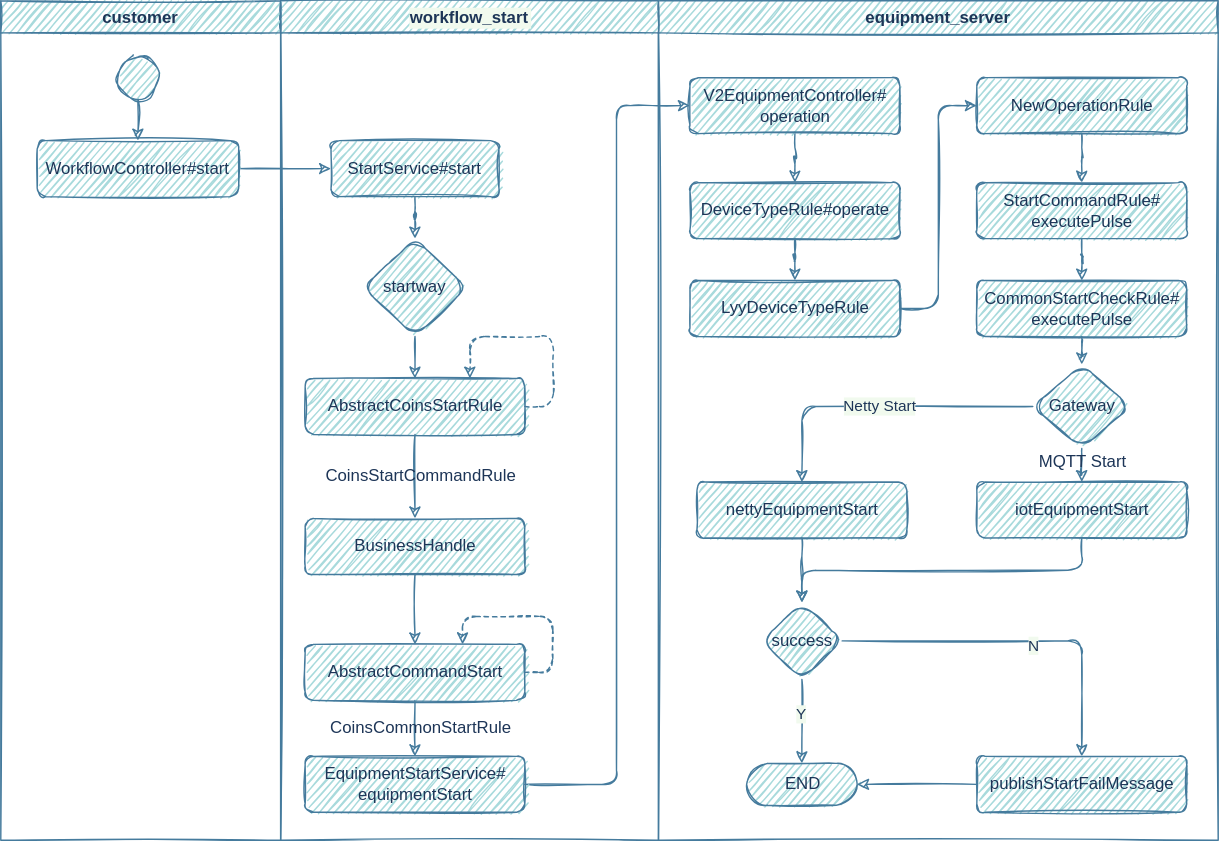
jingwux/diagrams keeps this draw.io diagram as start flow.drawio.svg. Above is the earlier version. Source tidied: cells renumbered, new cells last; positions are measured from the earlier drawing's top-left corner, leaving out a move shared by most shapes.
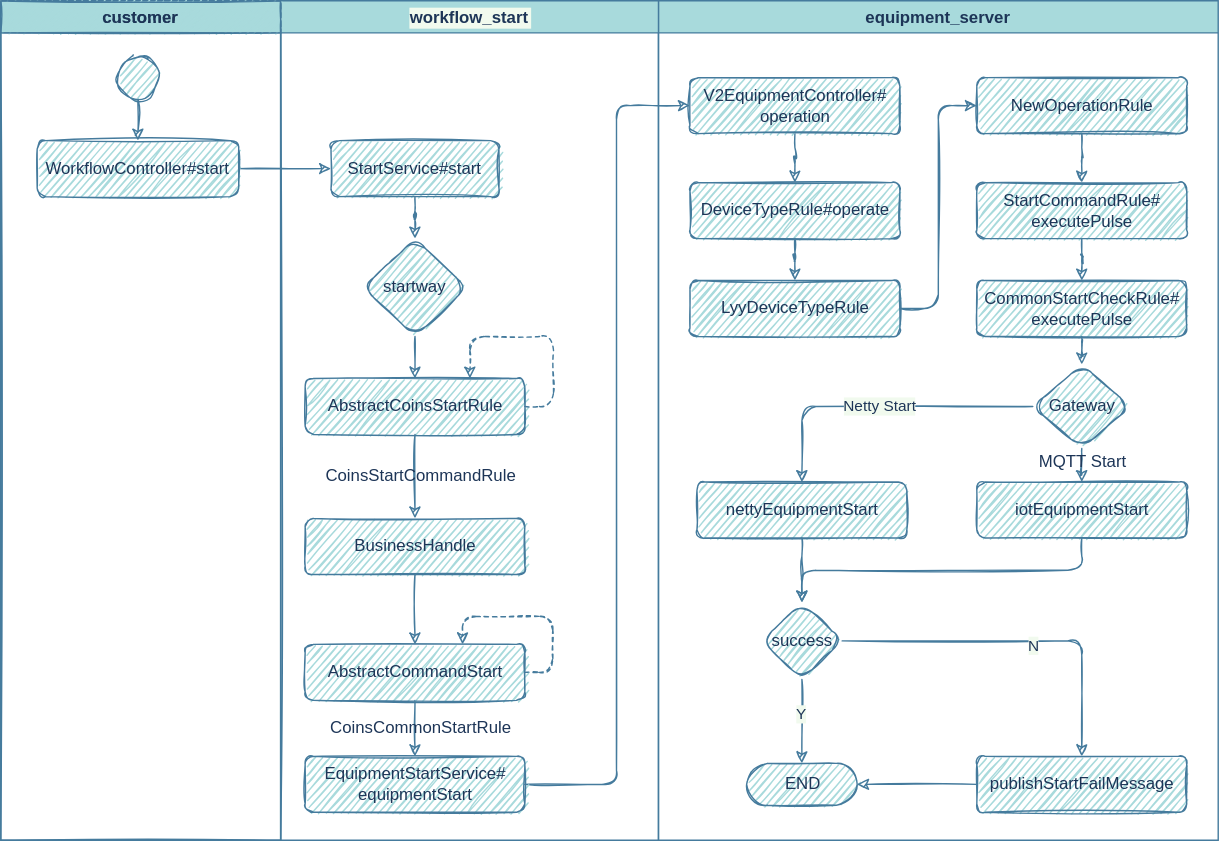
Later version of the same file.

The edit, as a diff of the source:
```diff
@@ -7,7 +7,7 @@
         <mxPoint x="330" y="460" as="targetPoint" />
       </mxGeometry>
     </mxCell>
-    <mxCell id="3" value="equipment_server" style="swimlane;fillColor=#A8DADC;strokeColor=#457B9D;fontColor=#1D3557;sketch=1;rounded=0;" parent="1" vertex="1">
+    <mxCell id="3" value="equipment_server" style="swimlane;fillColor=#A8DADC;strokeColor=#457B9D;fontColor=#1D3557;sketch=0;rounded=0;" parent="1" vertex="1">
       <mxGeometry x="470" width="400" height="600" as="geometry" />
     </mxCell>
     <mxCell id="4" value="success" style="rhombus;whiteSpace=wrap;html=1;shadow=0;strokeWidth=1;glass=0;fillColor=#A8DADC;strokeColor=#457B9D;fontColor=#1D3557;sketch=1;rounded=1;" parent="3" vertex="1">
@@ -86,7 +86,7 @@
     <mxCell id="26" style="edgeStyle=orthogonalEdgeStyle;jettySize=auto;html=1;strokeColor=#457B9D;fontColor=#1D3557;sketch=1;labelBackgroundColor=#F1FAEE;" parent="3" edge="1" source="20" target="22">
       <mxGeometry relative="1" as="geometry" />
     </mxCell>
-    <mxCell id="27" value="workflow_start" style="swimlane;fillColor=#A8DADC;strokeColor=#457B9D;fontColor=#1D3557;sketch=1;rounded=0;labelBackgroundColor=#F1FAEE;" parent="1" vertex="1">
+    <mxCell id="27" value="workflow_start" style="swimlane;fillColor=#A8DADC;strokeColor=#457B9D;fontColor=#1D3557;sketch=0;rounded=0;labelBackgroundColor=#F1FAEE;" parent="1" vertex="1">
       <mxGeometry x="200" width="270" height="600" as="geometry" />
     </mxCell>
     <mxCell id="28" value="AbstractCoinsStartRule" style="whiteSpace=wrap;html=1;fontSize=12;glass=0;strokeWidth=1;shadow=0;fillColor=#A8DADC;strokeColor=#457B9D;fontColor=#1D3557;sketch=1;rounded=1;" parent="27" vertex="1">
@@ -116,6 +116,9 @@
     <mxCell id="34" style="edgeStyle=orthogonalEdgeStyle;jettySize=auto;html=1;entryX=0.5;entryY=0;entryDx=0;entryDy=0;exitX=0.5;exitY=1;exitDx=0;exitDy=0;strokeColor=#457B9D;fontColor=#1D3557;sketch=1;labelBackgroundColor=#F1FAEE;" parent="27" edge="1" source="33" target="28">
       <mxGeometry relative="1" as="geometry" />
     </mxCell>
+    <mxCell id="53" value="customer" style="swimlane;fillColor=#A8DADC;strokeColor=#457B9D;fontColor=#1D3557;sketch=0;rounded=0;" parent="27" vertex="1">
+      <mxGeometry x="-200" width="200" height="600" as="geometry" />
+    </mxCell>
     <mxCell id="35" value="customer" style="swimlane;fillColor=#A8DADC;strokeColor=#457B9D;fontColor=#1D3557;sketch=1;rounded=0;" parent="1" vertex="1">
       <mxGeometry width="200" height="600" as="geometry" />
     </mxCell>
```
